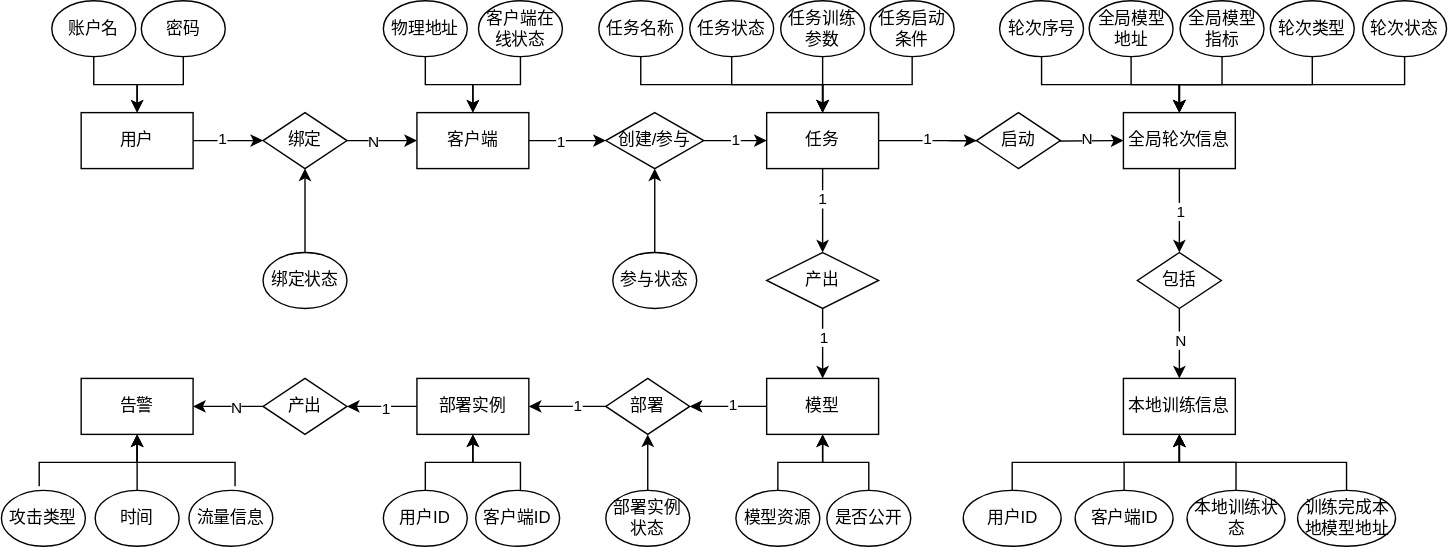
The draw.io diagram mysql-ER图.drawio.svg in hiro942/drawio, before a commit. Source tidied: cells renumbered, new cells last; positions are measured from the earlier drawing's top-left corner, leaving out a move shared by most shapes.
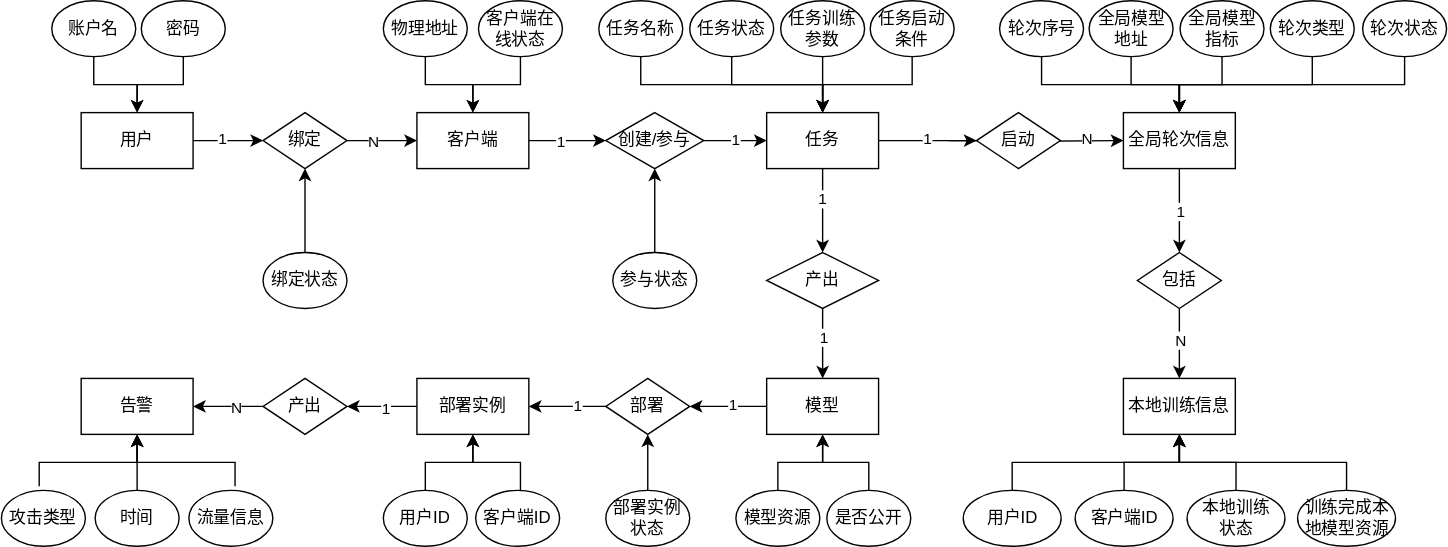
After the change.

Change to the diagram source:
```diff
@@ -330,13 +330,13 @@
         </Array>
       </mxGeometry>
     </mxCell>
-    <mxCell id="92" value="训练完成本地模型地址" style="ellipse;whiteSpace=wrap;html=1;" parent="1" vertex="1">
+    <mxCell id="92" value="训练完成本地模型资源" style="ellipse;whiteSpace=wrap;html=1;" parent="1" vertex="1">
       <mxGeometry x="926.5" y="350" width="70" height="40" as="geometry" />
     </mxCell>
     <mxCell id="93" style="edgeStyle=orthogonalEdgeStyle;rounded=0;jettySize=auto;html=1;entryX=0.5;entryY=1;entryDx=0;entryDy=0;" parent="1" edge="1" source="94" target="87">
       <mxGeometry relative="1" as="geometry" />
     </mxCell>
-    <mxCell id="94" value="本地训练状态" style="ellipse;whiteSpace=wrap;html=1;" parent="1" vertex="1">
+    <mxCell id="94" value="本地训练&lt;div&gt;状态&lt;/div&gt;" style="ellipse;whiteSpace=wrap;html=1;" parent="1" vertex="1">
       <mxGeometry x="847.5" y="350" width="70" height="40" as="geometry" />
     </mxCell>
     <mxCell id="95" style="edgeStyle=orthogonalEdgeStyle;rounded=0;jettySize=auto;html=1;entryX=0.5;entryY=1;entryDx=0;entryDy=0;" parent="1" edge="1" source="96" target="87">
```
